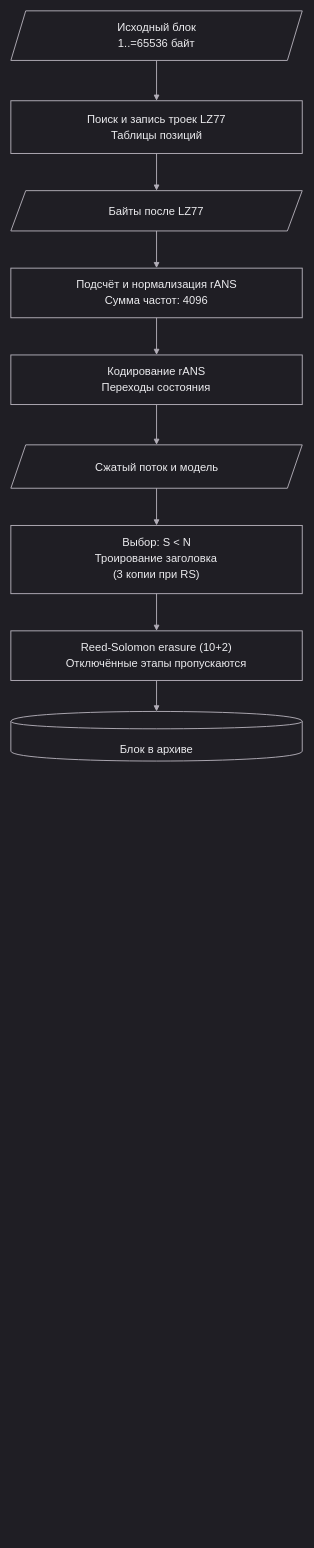
This is page "data" (4 of 43) of docs/diagrams.drawio from SM1LEK/TEST, a draw.io file, before an edit. Source tidied: cells renumbered, new cells numbered last; positions are measured from the earlier drawing's top-left corner, leaving out a move shared by most shapes. Both pictures are drawn from the tidied source at 62%, with x=0, y=0 at pixel (11, 11).
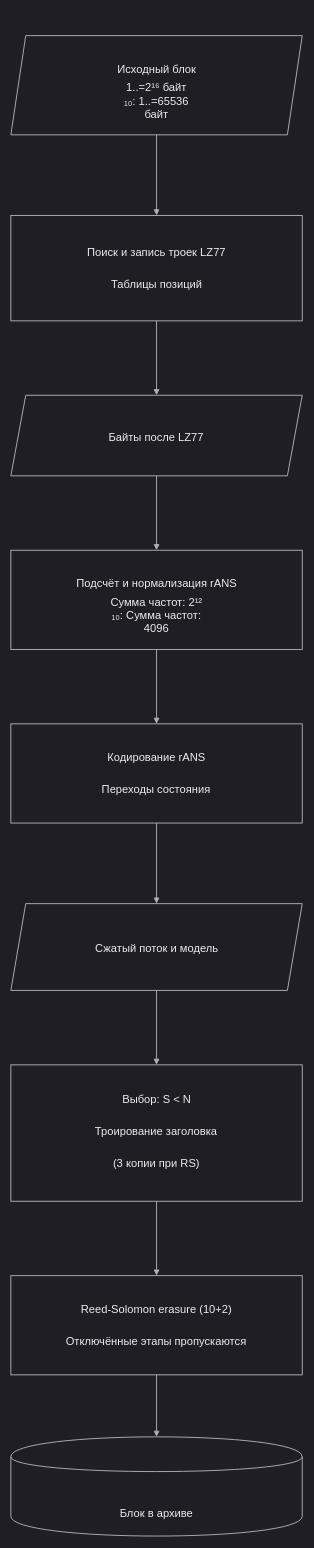
The same page after the edit.

The edit, as a diff of the source:
```diff
@@
     <mxCell id="2" style="whiteSpace=wrap;html=0;fillColor=#1f1e24;strokeColor=#b3afb9;fontColor=#ececef;fontFamily=Arial;strokeWidth=1.5;spacing=0;align=center;verticalAlign=middle;labelBackgroundColor=none;shape=parallelogram;perimeter=parallelogramPerimeter;fixedSize=1;size=24;" parent="1" vertex="1">
-      <mxGeometry width="470" height="80" as="geometry" />
+      <mxGeometry y="40" width="470" height="160" as="geometry" />
     </mxCell>
     <mxCell id="3" value="Исходный блок" style="text;whiteSpace=wrap;html=0;fillColor=#1f1e24;strokeColor=#b3afb9;fontColor=#ececef;fontFamily=Arial;strokeWidth=1.5;spacing=0;align=center;verticalAlign=middle;labelBackgroundColor=none;fillColor=none;strokeColor=none;fontSize=18.0;fontStyle=0;" parent="1" vertex="1">
-      <mxGeometry x="165.6" y="15.4" width="138.9" height="23" as="geometry" />
+      <mxGeometry x="165.6" y="70.7" width="138.9" height="46.1" as="geometry" />
     </mxCell>
-    <mxCell id="4" value="1..=65536 байт" style="text;whiteSpace=wrap;html=0;fillColor=#1f1e24;strokeColor=#b3afb9;fontColor=#ececef;fontFamily=Arial;strokeWidth=1.5;spacing=0;align=center;verticalAlign=middle;labelBackgroundColor=none;fillColor=none;strokeColor=none;fontSize=18.0;fontStyle=0;" parent="1" vertex="1">
-      <mxGeometry x="167.1" y="41.4" width="135.8" height="23" as="geometry" />
+    <mxCell id="4" value="1..=2¹⁶ байт&#10;₁₀: 1..=65536 байт" style="text;whiteSpace=wrap;html=0;fillColor=#1f1e24;strokeColor=#b3afb9;fontColor=#ececef;fontFamily=Arial;strokeWidth=1.5;spacing=0;align=center;verticalAlign=middle;labelBackgroundColor=none;fillColor=none;strokeColor=none;fontSize=18.0;fontStyle=0;" parent="1" vertex="1">
+      <mxGeometry x="167.1" y="122.7" width="135.8" height="46.1" as="geometry" />
     </mxCell>
     <mxCell id="5" style="edgeStyle=none;rounded=0;html=0;strokeColor=#b3afb9;strokeWidth=1.5;endArrow=block;endFill=1;dashed=0;jumpStyle=arc;jumpSize=8;" parent="1" edge="1">
       <mxGeometry relative="1" as="geometry">
-        <mxPoint x="235" y="80" as="sourcePoint" />
-        <mxPoint x="235" y="145" as="targetPoint" />
+        <mxPoint x="235" y="200" as="sourcePoint" />
+        <mxPoint x="235" y="330" as="targetPoint" />
       </mxGeometry>
     </mxCell>
     <mxCell id="6" style="whiteSpace=wrap;html=0;fillColor=#1f1e24;strokeColor=#b3afb9;fontColor=#ececef;fontFamily=Arial;strokeWidth=1.5;spacing=0;align=center;verticalAlign=middle;labelBackgroundColor=none;rounded=0;" parent="1" vertex="1">
-      <mxGeometry y="145" width="470" height="85" as="geometry" />
+      <mxGeometry y="330" width="470" height="170" as="geometry" />
     </mxCell>
     <mxCell id="7" value="Поиск и запись троек LZ77" style="text;whiteSpace=wrap;html=0;fillColor=#1f1e24;strokeColor=#b3afb9;fontColor=#ececef;fontFamily=Arial;strokeWidth=1.5;spacing=0;align=center;verticalAlign=middle;labelBackgroundColor=none;fillColor=none;strokeColor=none;fontSize=18.0;fontStyle=0;" parent="1" vertex="1">
-      <mxGeometry x="117.2" y="163.4" width="235.6" height="23" as="geometry" />
+      <mxGeometry x="117.2" y="366.7" width="235.6" height="46.1" as="geometry" />
     </mxCell>
     <mxCell id="8" value="Таблицы позиций" style="text;whiteSpace=wrap;html=0;fillColor=#1f1e24;strokeColor=#b3afb9;fontColor=#ececef;fontFamily=Arial;strokeWidth=1.5;spacing=0;align=center;verticalAlign=middle;labelBackgroundColor=none;fillColor=none;strokeColor=none;fontSize=18.0;fontStyle=0;" parent="1" vertex="1">
-      <mxGeometry x="155.6" y="189.4" width="158.8" height="23" as="geometry" />
+      <mxGeometry x="155.6" y="418.7" width="158.8" height="46.1" as="geometry" />
     </mxCell>
     <mxCell id="9" style="edgeStyle=none;rounded=0;html=0;strokeColor=#b3afb9;strokeWidth=1.5;endArrow=block;endFill=1;dashed=0;jumpStyle=arc;jumpSize=8;" parent="1" edge="1">
       <mxGeometry relative="1" as="geometry">
-        <mxPoint x="235" y="230" as="sourcePoint" />
-        <mxPoint x="235" y="290" as="targetPoint" />
+        <mxPoint x="235" y="500" as="sourcePoint" />
+        <mxPoint x="235" y="620" as="targetPoint" />
       </mxGeometry>
     </mxCell>
     <mxCell id="10" style="whiteSpace=wrap;html=0;fillColor=#1f1e24;strokeColor=#b3afb9;fontColor=#ececef;fontFamily=Arial;strokeWidth=1.5;spacing=0;align=center;verticalAlign=middle;labelBackgroundColor=none;shape=parallelogram;perimeter=parallelogramPerimeter;fixedSize=1;size=24;" parent="1" vertex="1">
-      <mxGeometry y="290" width="470" height="65" as="geometry" />
+      <mxGeometry y="620" width="470" height="130" as="geometry" />
     </mxCell>
     <mxCell id="11" value="Байты после LZ77" style="text;whiteSpace=wrap;html=0;fillColor=#1f1e24;strokeColor=#b3afb9;fontColor=#ececef;fontFamily=Arial;strokeWidth=1.5;spacing=0;align=center;verticalAlign=middle;labelBackgroundColor=none;fillColor=none;strokeColor=none;fontSize=18.0;fontStyle=0;" parent="1" vertex="1">
-      <mxGeometry x="152.3" y="312.4" width="165.4" height="23" as="geometry" />
+      <mxGeometry x="152.3" y="664.7" width="165.4" height="46.1" as="geometry" />
     </mxCell>
     <mxCell id="12" style="edgeStyle=none;rounded=0;html=0;strokeColor=#b3afb9;strokeWidth=1.5;endArrow=block;endFill=1;dashed=0;jumpStyle=arc;jumpSize=8;" parent="1" edge="1">
       <mxGeometry relative="1" as="geometry">
-        <mxPoint x="235" y="355" as="sourcePoint" />
-        <mxPoint x="235" y="415" as="targetPoint" />
+        <mxPoint x="235" y="750" as="sourcePoint" />
+        <mxPoint x="235" y="870" as="targetPoint" />
       </mxGeometry>
     </mxCell>
     <mxCell id="13" style="whiteSpace=wrap;html=0;fillColor=#1f1e24;strokeColor=#b3afb9;fontColor=#ececef;fontFamily=Arial;strokeWidth=1.5;spacing=0;align=center;verticalAlign=middle;labelBackgroundColor=none;rounded=0;" parent="1" vertex="1">
-      <mxGeometry y="415" width="470" height="80" as="geometry" />
+      <mxGeometry y="870" width="470" height="160" as="geometry" />
     </mxCell>
     <mxCell id="14" value="Подсчёт и нормализация rANS" style="text;whiteSpace=wrap;html=0;fillColor=#1f1e24;strokeColor=#b3afb9;fontColor=#ececef;fontFamily=Arial;strokeWidth=1.5;spacing=0;align=center;verticalAlign=middle;labelBackgroundColor=none;fillColor=none;strokeColor=none;fontSize=18.0;fontStyle=0;" parent="1" vertex="1">
-      <mxGeometry x="99.6" y="430.4" width="270.9" height="23" as="geometry" />
+      <mxGeometry x="99.6" y="900.7" width="270.9" height="46.1" as="geometry" />
     </mxCell>
-    <mxCell id="15" value="Сумма частот: 4096" style="text;whiteSpace=wrap;html=0;fillColor=#1f1e24;strokeColor=#b3afb9;fontColor=#ececef;fontFamily=Arial;strokeWidth=1.5;spacing=0;align=center;verticalAlign=middle;labelBackgroundColor=none;fillColor=none;strokeColor=none;fontSize=18.0;fontStyle=0;" parent="1" vertex="1">
-      <mxGeometry x="146" y="456.4" width="177.9" height="23" as="geometry" />
+    <mxCell id="15" value="Сумма частот: 2¹²&#10;₁₀: Сумма частот: 4096" style="text;whiteSpace=wrap;html=0;fillColor=#1f1e24;strokeColor=#b3afb9;fontColor=#ececef;fontFamily=Arial;strokeWidth=1.5;spacing=0;align=center;verticalAlign=middle;labelBackgroundColor=none;fillColor=none;strokeColor=none;fontSize=18.0;fontStyle=0;" parent="1" vertex="1">
+      <mxGeometry x="146" y="952.7" width="177.9" height="46.1" as="geometry" />
     </mxCell>
     <mxCell id="16" style="edgeStyle=none;rounded=0;html=0;strokeColor=#b3afb9;strokeWidth=1.5;endArrow=block;endFill=1;dashed=0;jumpStyle=arc;jumpSize=8;" parent="1" edge="1">
       <mxGeometry relative="1" as="geometry">
-        <mxPoint x="235" y="495" as="sourcePoint" />
-        <mxPoint x="235" y="555" as="targetPoint" />
+        <mxPoint x="235" y="1030" as="sourcePoint" />
+        <mxPoint x="235" y="1150" as="targetPoint" />
       </mxGeometry>
     </mxCell>
     <mxCell id="17" style="whiteSpace=wrap;html=0;fillColor=#1f1e24;strokeColor=#b3afb9;fontColor=#ececef;fontFamily=Arial;strokeWidth=1.5;spacing=0;align=center;verticalAlign=middle;labelBackgroundColor=none;rounded=0;" parent="1" vertex="1">
-      <mxGeometry y="555" width="470" height="80" as="geometry" />
+      <mxGeometry y="1150" width="470" height="160" as="geometry" />
     </mxCell>
     <mxCell id="18" value="Кодирование rANS" style="text;whiteSpace=wrap;html=0;fillColor=#1f1e24;strokeColor=#b3afb9;fontColor=#ececef;fontFamily=Arial;strokeWidth=1.5;spacing=0;align=center;verticalAlign=middle;labelBackgroundColor=none;fillColor=none;strokeColor=none;fontSize=18.0;fontStyle=0;" parent="1" vertex="1">
-      <mxGeometry x="150" y="570.4" width="170.1" height="23" as="geometry" />
+      <mxGeometry x="150" y="1180.7" width="170.1" height="46.1" as="geometry" />
     </mxCell>
     <mxCell id="19" value="Переходы состояния" style="text;whiteSpace=wrap;html=0;fillColor=#1f1e24;strokeColor=#b3afb9;fontColor=#ececef;fontFamily=Arial;strokeWidth=1.5;spacing=0;align=center;verticalAlign=middle;labelBackgroundColor=none;fillColor=none;strokeColor=none;fontSize=18.0;fontStyle=0;" parent="1" vertex="1">
-      <mxGeometry x="141.4" y="596.4" width="187.2" height="23" as="geometry" />
+      <mxGeometry x="141.4" y="1232.7" width="187.2" height="46.1" as="geometry" />
     </mxCell>
     <mxCell id="20" style="edgeStyle=none;rounded=0;html=0;strokeColor=#b3afb9;strokeWidth=1.5;endArrow=block;endFill=1;dashed=0;jumpStyle=arc;jumpSize=8;" parent="1" edge="1">
       <mxGeometry relative="1" as="geometry">
-        <mxPoint x="235" y="635" as="sourcePoint" />
-        <mxPoint x="235" y="700" as="targetPoint" />
+        <mxPoint x="235" y="1310" as="sourcePoint" />
+        <mxPoint x="235" y="1440" as="targetPoint" />
       </mxGeometry>
     </mxCell>
     <mxCell id="21" style="whiteSpace=wrap;html=0;fillColor=#1f1e24;strokeColor=#b3afb9;fontColor=#ececef;fontFamily=Arial;strokeWidth=1.5;spacing=0;align=center;verticalAlign=middle;labelBackgroundColor=none;shape=parallelogram;perimeter=parallelogramPerimeter;fixedSize=1;size=24;" parent="1" vertex="1">
-      <mxGeometry y="700" width="470" height="70" as="geometry" />
+      <mxGeometry y="1440" width="470" height="140" as="geometry" />
     </mxCell>
     <mxCell id="22" value="Сжатый поток и модель" style="text;whiteSpace=wrap;html=0;fillColor=#1f1e24;strokeColor=#b3afb9;fontColor=#ececef;fontFamily=Arial;strokeWidth=1.5;spacing=0;align=center;verticalAlign=middle;labelBackgroundColor=none;fillColor=none;strokeColor=none;fontSize=18.0;fontStyle=0;" parent="1" vertex="1">
-      <mxGeometry x="129.8" y="724.4" width="210.5" height="23" as="geometry" />
+      <mxGeometry x="129.8" y="1488.7" width="210.5" height="46.1" as="geometry" />
     </mxCell>
     <mxCell id="23" style="edgeStyle=none;rounded=0;html=0;strokeColor=#b3afb9;strokeWidth=1.5;endArrow=block;endFill=1;dashed=0;jumpStyle=arc;jumpSize=8;" parent="1" edge="1">
       <mxGeometry relative="1" as="geometry">
-        <mxPoint x="235" y="770" as="sourcePoint" />
-        <mxPoint x="235" y="830" as="targetPoint" />
+        <mxPoint x="235" y="1580" as="sourcePoint" />
+        <mxPoint x="235" y="1700" as="targetPoint" />
       </mxGeometry>
     </mxCell>
     <mxCell id="24" style="whiteSpace=wrap;html=0;fillColor=#1f1e24;strokeColor=#b3afb9;fontColor=#ececef;fontFamily=Arial;strokeWidth=1.5;spacing=0;align=center;verticalAlign=middle;labelBackgroundColor=none;rounded=0;" parent="1" vertex="1">
-      <mxGeometry y="830" width="470" height="110" as="geometry" />
+      <mxGeometry y="1700" width="470" height="220" as="geometry" />
     </mxCell>
     <mxCell id="25" value="Выбор: S &lt; N" style="text;whiteSpace=wrap;html=0;fillColor=#1f1e24;strokeColor=#b3afb9;fontColor=#ececef;fontFamily=Arial;strokeWidth=1.5;spacing=0;align=center;verticalAlign=middle;labelBackgroundColor=none;fillColor=none;strokeColor=none;fontSize=18.0;fontStyle=0;" parent="1" vertex="1">
-      <mxGeometry x="173.6" y="846.4" width="122.8" height="23" as="geometry" />
+      <mxGeometry x="173.6" y="1732.7" width="122.8" height="46.1" as="geometry" />
     </mxCell>
     <mxCell id="26" value="Троирование заголовка" style="text;whiteSpace=wrap;html=0;fillColor=#1f1e24;strokeColor=#b3afb9;fontColor=#ececef;fontFamily=Arial;strokeWidth=1.5;spacing=0;align=center;verticalAlign=middle;labelBackgroundColor=none;fillColor=none;strokeColor=none;fontSize=18.0;fontStyle=0;" parent="1" vertex="1">
-      <mxGeometry x="130.4" y="872.4" width="209.1" height="23" as="geometry" />
+      <mxGeometry x="130.4" y="1784.7" width="209.1" height="46.1" as="geometry" />
     </mxCell>
     <mxCell id="27" value="(3 копии при RS)" style="text;whiteSpace=wrap;html=0;fillColor=#1f1e24;strokeColor=#b3afb9;fontColor=#ececef;fontFamily=Arial;strokeWidth=1.5;spacing=0;align=center;verticalAlign=middle;labelBackgroundColor=none;fillColor=none;strokeColor=none;fontSize=18.0;fontStyle=0;" parent="1" vertex="1">
-      <mxGeometry x="159.1" y="898.4" width="151.8" height="23" as="geometry" />
+      <mxGeometry x="159.1" y="1836.7" width="151.8" height="46.1" as="geometry" />
     </mxCell>
     <mxCell id="28" style="edgeStyle=none;rounded=0;html=0;strokeColor=#b3afb9;strokeWidth=1.5;endArrow=block;endFill=1;dashed=0;jumpStyle=arc;jumpSize=8;" parent="1" edge="1">
       <mxGeometry relative="1" as="geometry">
-        <mxPoint x="235" y="940" as="sourcePoint" />
-        <mxPoint x="235" y="1000" as="targetPoint" />
+        <mxPoint x="235" y="1920" as="sourcePoint" />
+        <mxPoint x="235" y="2040" as="targetPoint" />
       </mxGeometry>
     </mxCell>
     <mxCell id="29" style="whiteSpace=wrap;html=0;fillColor=#1f1e24;strokeColor=#b3afb9;fontColor=#ececef;fontFamily=Arial;strokeWidth=1.5;spacing=0;align=center;verticalAlign=middle;labelBackgroundColor=none;rounded=0;" parent="1" vertex="1">
-      <mxGeometry y="1000" width="470" height="80" as="geometry" />
+      <mxGeometry y="2040" width="470" height="160" as="geometry" />
     </mxCell>
     <mxCell id="30" value="Reed-Solomon erasure (10+2)" style="text;whiteSpace=wrap;html=0;fillColor=#1f1e24;strokeColor=#b3afb9;fontColor=#ececef;fontFamily=Arial;strokeWidth=1.5;spacing=0;align=center;verticalAlign=middle;labelBackgroundColor=none;fillColor=none;strokeColor=none;fontSize=18.0;fontStyle=0;" parent="1" vertex="1">
-      <mxGeometry x="107.1" y="1015.4" width="255.7" height="23" as="geometry" />
+      <mxGeometry x="107.1" y="2070.7" width="255.7" height="46.1" as="geometry" />
     </mxCell>
     <mxCell id="31" value="Отключённые этапы пропускаются" style="text;whiteSpace=wrap;html=0;fillColor=#1f1e24;strokeColor=#b3afb9;fontColor=#ececef;fontFamily=Arial;strokeWidth=1.5;spacing=0;align=center;verticalAlign=middle;labelBackgroundColor=none;fillColor=none;strokeColor=none;fontSize=18.0;fontStyle=0;" parent="1" vertex="1">
-      <mxGeometry x="83.4" y="1041.4" width="303.2" height="23" as="geometry" />
+      <mxGeometry x="83.4" y="2122.7" width="303.2" height="46.1" as="geometry" />
     </mxCell>
     <mxCell id="32" style="edgeStyle=none;rounded=0;html=0;strokeColor=#b3afb9;strokeWidth=1.5;endArrow=block;endFill=1;dashed=0;jumpStyle=arc;jumpSize=8;" parent="1" edge="1">
       <mxGeometry relative="1" as="geometry">
-        <mxPoint x="235" y="1080" as="sourcePoint" />
-        <mxPoint x="235" y="1130" as="targetPoint" />
+        <mxPoint x="235" y="2200" as="sourcePoint" />
+        <mxPoint x="235" y="2300" as="targetPoint" />
       </mxGeometry>
     </mxCell>
     <mxCell id="33" style="whiteSpace=wrap;html=0;fillColor=#1f1e24;strokeColor=#b3afb9;fontColor=#ececef;fontFamily=Arial;strokeWidth=1.5;spacing=0;align=center;verticalAlign=middle;labelBackgroundColor=none;shape=cylinder;" parent="1" vertex="1">
-      <mxGeometry y="1130" width="470" height="80" as="geometry" />
+      <mxGeometry y="2300" width="470" height="160" as="geometry" />
     </mxCell>
     <mxCell id="34" value="Блок в архиве" style="text;whiteSpace=wrap;html=0;fillColor=#1f1e24;strokeColor=#b3afb9;fontColor=#ececef;fontFamily=Arial;strokeWidth=1.5;spacing=0;align=center;verticalAlign=middle;labelBackgroundColor=none;fillColor=none;strokeColor=none;fontSize=18.0;fontStyle=0;" parent="1" vertex="1">
-      <mxGeometry x="170" y="1180.4" width="130" height="23" as="geometry" />
+      <mxGeometry x="170" y="2400.7" width="130" height="46.1" as="geometry" />
     </mxCell>
```
